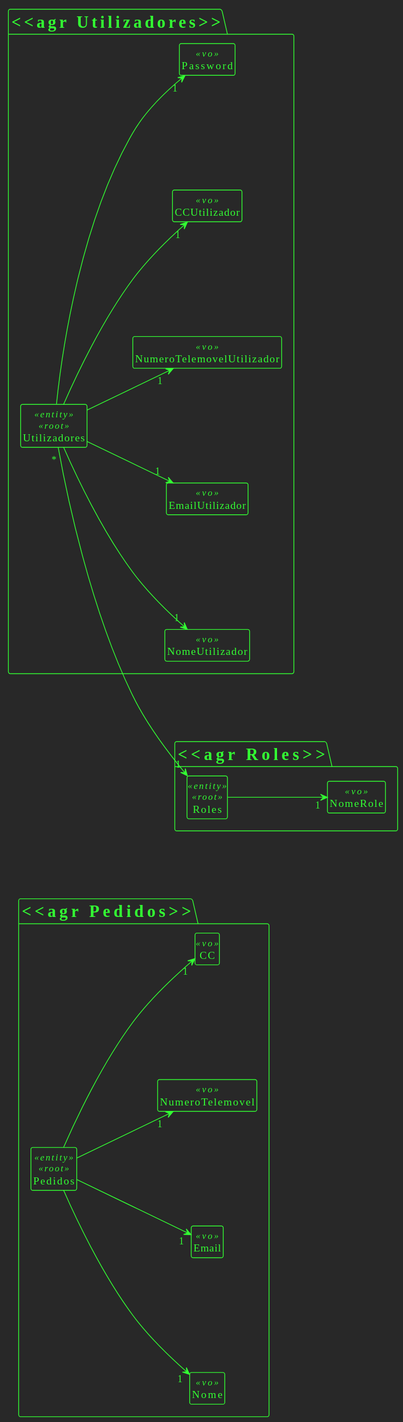
The PlantUML diagram authentication/DM.svg in SlimJesus25/SEM5_PI, before a commit. Its diagram source:
```plantuml
@startuml DDD

hide circle
hide fields

!theme crt-green
skinparam nodesep 150
hide empty members
left to right direction

package "<<agr Pedidos>>" {
    class Pedidos<<entity>><<root>>{}
    class Nome<<vo>>{}
    class Email<<vo>>{}
    class NumeroTelemovel<<vo>>{}
    class CC<<vo>>{}

    Pedidos --> "1" Nome
    Pedidos --> "1" Email
    Pedidos --> "1" NumeroTelemovel
    Pedidos --> "1" CC
}

package "<<agr Utilizadores>>" {
    class Utilizadores<<entity>><<root>>{}
    class NomeUtilizador<<vo>>{}
    class EmailUtilizador<<vo>>{}
    class NumeroTelemovelUtilizador<<vo>>{}
    class CCUtilizador<<vo>>{}
    class Password<<vo>>{}

    Utilizadores --> "1" NomeUtilizador
    Utilizadores --> "1" EmailUtilizador
    Utilizadores --> "1" NumeroTelemovelUtilizador
    Utilizadores --> "1" CCUtilizador
    Utilizadores --> "1" Password
}

package "<<agr Roles>>" {
    class Roles<<entity>><<root>>{}
    class NomeRole<<vo>>{}

    Roles --> "1" NomeRole
    Utilizadores "*"--> "1" Roles
}



@enduml
```
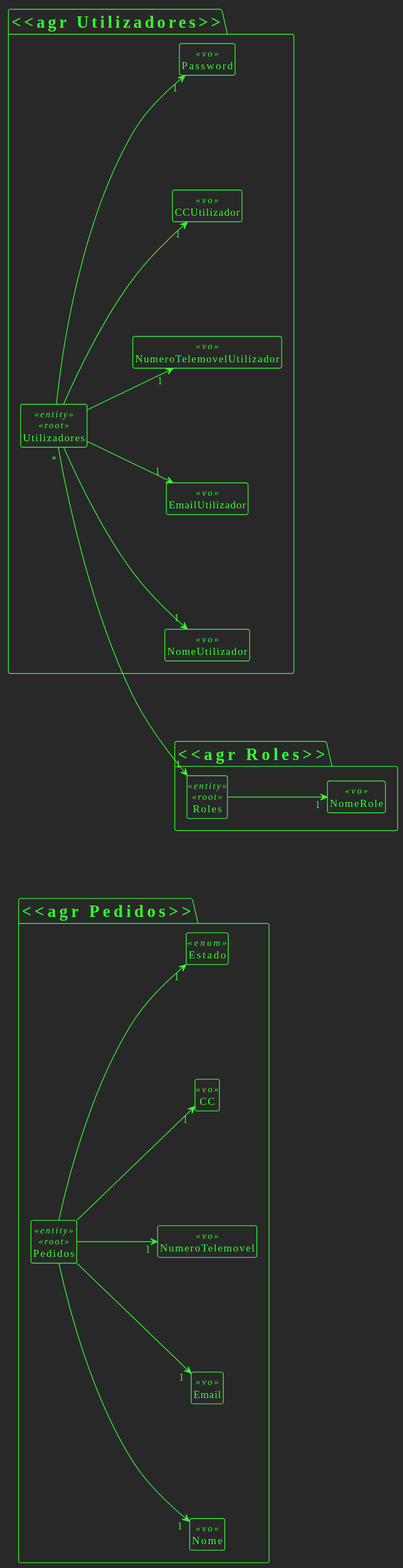
After the change.

Commit message:
Atualizar modelo dominio módulo A&A

Change to the diagram source:
```diff
@@ -14,11 +14,13 @@
     class Email<<vo>>{}
     class NumeroTelemovel<<vo>>{}
     class CC<<vo>>{}
+    class Estado<<enum>>{}
 
     Pedidos --> "1" Nome
     Pedidos --> "1" Email
     Pedidos --> "1" NumeroTelemovel
     Pedidos --> "1" CC
+    Pedidos --> "1" Estado
 }
 
 package "<<agr Utilizadores>>" {
```
